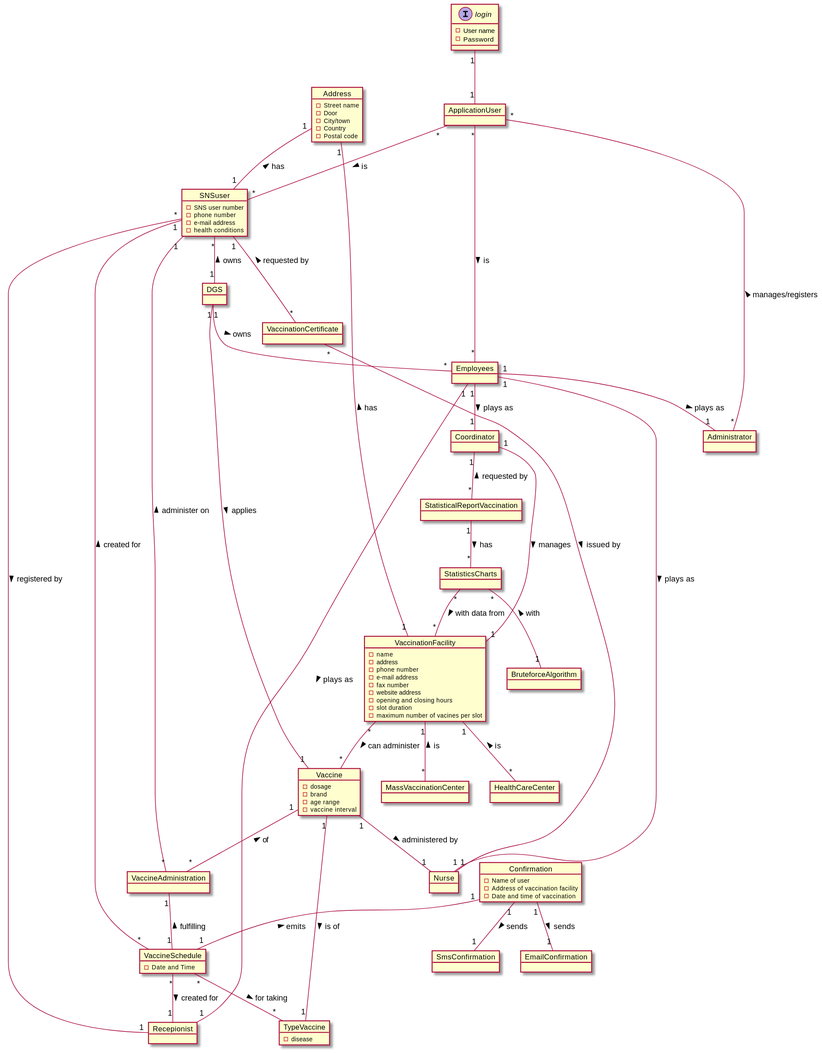
osnilas/SNSsystem keeps this PlantUML diagram as docs/SprintB/DM.svg. Above is the earlier version.
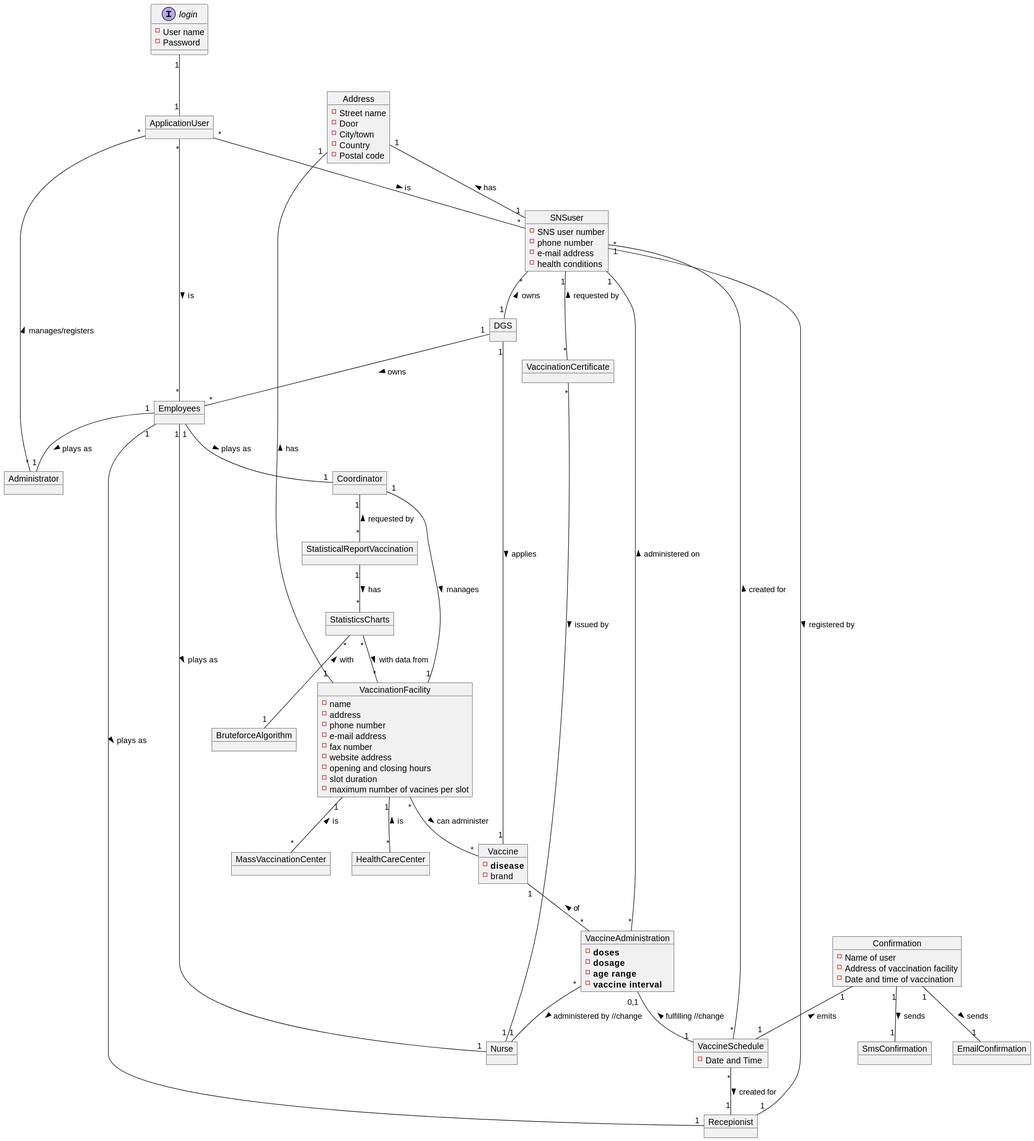
Later version of the same file.

The edit, as a diff of the source:
```diff
@@ -29,20 +29,24 @@
 object StatisticalReportVaccination
 object MassVaccinationCenter
 object HealthCareCenter
-object TypeVaccine{
--disease
+
+
+object Vaccine{
+-**disease**
+-brand
+
 }
-object Vaccine{
--dosage
--brand
--age range
--vaccine interval
-}
+
 object VaccineSchedule{
 -Date and Time
 }
 object VaccinationCertificate
-object VaccineAdministration
+object VaccineAdministration {
+-**doses**
+-**dosage**
+-**age range**
+-**vaccine interval**
+}
 object Confirmation{
 -Name of user
 -Address of vaccination facility
@@ -86,13 +90,11 @@
 VaccinationFacility "*"--"*" Vaccine: > can administer
 VaccineSchedule"*" -- "1"SNSuser: > created for
 VaccineSchedule"*" -- "1"Recepionist: > created for
-VaccineSchedule"*" -- "*"TypeVaccine:> for taking
-Vaccine"1" -- "1"Nurse: > administered by
+VaccineAdministration"*" -- "1"Nurse: > administered by //change
 Vaccine"1" -- "*"VaccineAdministration: < of
-Vaccine"1" --"1" TypeVaccine:> is of
 Recepionist"1" -- "*"SNSuser: < registered by
-VaccineAdministration"*" -- "1"SNSuser: > administer on
-VaccineAdministration"1" -- "1"VaccineSchedule: < fulfilling
+VaccineAdministration"*" -- "1"SNSuser: > administered on
+VaccineAdministration"0,1" -- "1"VaccineSchedule: < fulfilling //change
 VaccinationCertificate"*" -- "1"Nurse: > issued by
 Confirmation"1" -- "1"VaccineSchedule: < emits
 Confirmation"1" -- "1"SmsConfirmation:> sends
```
